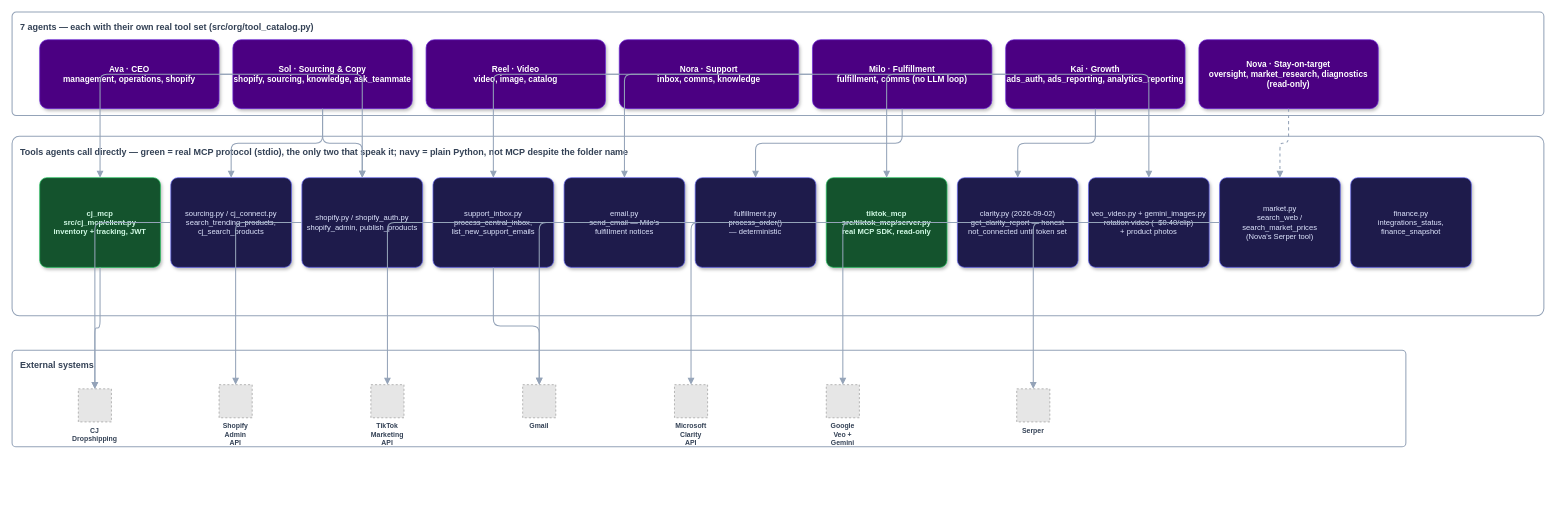
This is platform-app/public/mcp-architecture.drawio from ItzikSdev/alpha-shoop, a draw.io file, before an edit. Source tidied: cells renumbered, new cells numbered last; positions are measured from the earlier drawing's top-left corner, leaving out a move shared by most shapes. Both pictures are drawn from the tidied source at 69%, with x=0, y=0 at pixel (12, 12). Pictures stored in the file or linked from it are replaced by grey dashed boxes.
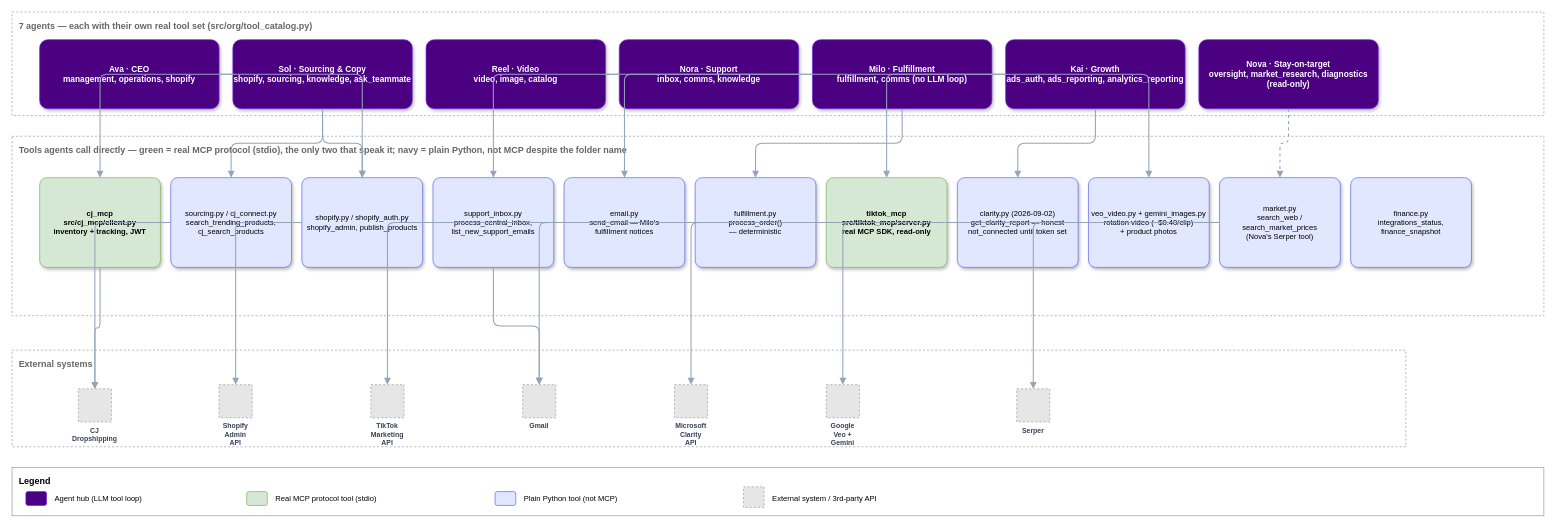
Above is the later version.

What changed in the source:
```diff
@@
-    <mxCell id="2" value="7 agents — each with their own real tool set (src/org/tool_catalog.py)" style="rounded=1;whiteSpace=wrap;html=1;fillColor=none;strokeColor=#94a3b8;strokeWidth=1.5;verticalAlign=top;align=left;spacingLeft=10;spacingTop=8;fontSize=13;fontStyle=1;fontColor=#334155;arcSize=4;" parent="1" vertex="1">
+    <mxCell id="2" value="7 agents — each with their own real tool set (src/org/tool_catalog.py)" style="rounded=0;whiteSpace=wrap;html=1;fillColor=none;strokeColor=#999999;dashed=1;verticalAlign=top;align=left;spacingLeft=8;spacingTop=6;fontSize=13;fontStyle=1;fontColor=#666666;" parent="1" vertex="1">
       <mxGeometry width="2220" height="150" as="geometry" />
     </mxCell>
-    <mxCell id="3" value="Tools agents call directly — green = real MCP protocol (stdio), the only two that speak it; navy = plain Python, not MCP despite the folder name" style="rounded=1;whiteSpace=wrap;html=1;fillColor=none;strokeColor=#94a3b8;strokeWidth=1.5;verticalAlign=top;align=left;spacingLeft=10;spacingTop=8;fontSize=13;fontStyle=1;fontColor=#334155;arcSize=4;" parent="1" vertex="1">
+    <mxCell id="3" value="Tools agents call directly — green = real MCP protocol (stdio), the only two that speak it; navy = plain Python, not MCP despite the folder name" style="rounded=0;whiteSpace=wrap;html=1;fillColor=none;strokeColor=#999999;dashed=1;verticalAlign=top;align=left;spacingLeft=8;spacingTop=6;fontSize=13;fontStyle=1;fontColor=#666666;" parent="1" vertex="1">
       <mxGeometry y="180" width="2220" height="260" as="geometry" />
     </mxCell>
-    <mxCell id="4" value="External systems" style="rounded=1;whiteSpace=wrap;html=1;fillColor=none;strokeColor=#94a3b8;strokeWidth=1.5;verticalAlign=top;align=left;spacingLeft=10;spacingTop=8;fontSize=13;fontStyle=1;fontColor=#334155;arcSize=4;" parent="1" vertex="1">
+    <mxCell id="4" value="External systems" style="rounded=0;whiteSpace=wrap;html=1;fillColor=none;strokeColor=#999999;dashed=1;verticalAlign=top;align=left;spacingLeft=8;spacingTop=6;fontSize=13;fontStyle=1;fontColor=#666666;" parent="1" vertex="1">
       <mxGeometry y="490" width="2020" height="140" as="geometry" />
     </mxCell>
@@
-    <mxCell id="12" value="cj_mcp&#10;src/cj_mcp/client.py&#10;inventory + tracking, JWT" style="rounded=1;whiteSpace=wrap;html=1;fillColor=#14532d;strokeColor=#22c55e;fontColor=#d1fae5;fontSize=11;fontStyle=1;arcSize=8;shadow=1;" parent="1" vertex="1">
+    <mxCell id="12" value="cj_mcp&#10;src/cj_mcp/client.py&#10;inventory + tracking, JWT" style="rounded=1;whiteSpace=wrap;html=1;fillColor=#d5e8d4;strokeColor=#82b366;fontSize=11;fontStyle=1;arcSize=8;shadow=1;" parent="1" vertex="1">
       <mxGeometry x="40" y="240" width="175" height="130" as="geometry" />
     </mxCell>
-    <mxCell id="13" value="sourcing.py / cj_connect.py&#10;search_trending_products,&#10;cj_search_products" style="rounded=1;whiteSpace=wrap;html=1;fillColor=#1e1b4b;strokeColor=#6366f1;fontColor=#e0e7ff;fontSize=11;arcSize=8;shadow=1;" parent="1" vertex="1">
+    <mxCell id="13" value="sourcing.py / cj_connect.py&#10;search_trending_products,&#10;cj_search_products" style="rounded=1;whiteSpace=wrap;html=1;fillColor=#e0e7ff;strokeColor=#6366f1;fontSize=11;arcSize=8;shadow=1;" parent="1" vertex="1">
       <mxGeometry x="230" y="240" width="175" height="130" as="geometry" />
     </mxCell>
-    <mxCell id="14" value="shopify.py / shopify_auth.py&#10;shopify_admin, publish_products" style="rounded=1;whiteSpace=wrap;html=1;fillColor=#1e1b4b;strokeColor=#6366f1;fontColor=#e0e7ff;fontSize=11;arcSize=8;shadow=1;" parent="1" vertex="1">
+    <mxCell id="14" value="shopify.py / shopify_auth.py&#10;shopify_admin, publish_products" style="rounded=1;whiteSpace=wrap;html=1;fillColor=#e0e7ff;strokeColor=#6366f1;fontSize=11;arcSize=8;shadow=1;" parent="1" vertex="1">
       <mxGeometry x="420" y="240" width="175" height="130" as="geometry" />
     </mxCell>
-    <mxCell id="15" value="support_inbox.py&#10;process_central_inbox,&#10;list_new_support_emails" style="rounded=1;whiteSpace=wrap;html=1;fillColor=#1e1b4b;strokeColor=#6366f1;fontColor=#e0e7ff;fontSize=11;arcSize=8;shadow=1;" parent="1" vertex="1">
+    <mxCell id="15" value="support_inbox.py&#10;process_central_inbox,&#10;list_new_support_emails" style="rounded=1;whiteSpace=wrap;html=1;fillColor=#e0e7ff;strokeColor=#6366f1;fontSize=11;arcSize=8;shadow=1;" parent="1" vertex="1">
       <mxGeometry x="610" y="240" width="175" height="130" as="geometry" />
     </mxCell>
-    <mxCell id="16" value="email.py&#10;send_email — Milo's&#10;fulfillment notices" style="rounded=1;whiteSpace=wrap;html=1;fillColor=#1e1b4b;strokeColor=#6366f1;fontColor=#e0e7ff;fontSize=11;arcSize=8;shadow=1;" parent="1" vertex="1">
+    <mxCell id="16" value="email.py&#10;send_email — Milo's&#10;fulfillment notices" style="rounded=1;whiteSpace=wrap;html=1;fillColor=#e0e7ff;strokeColor=#6366f1;fontSize=11;arcSize=8;shadow=1;" parent="1" vertex="1">
       <mxGeometry x="800" y="240" width="175" height="130" as="geometry" />
     </mxCell>
-    <mxCell id="17" value="fulfillment.py&#10;process_order()&#10;— deterministic" style="rounded=1;whiteSpace=wrap;html=1;fillColor=#1e1b4b;strokeColor=#6366f1;fontColor=#e0e7ff;fontSize=11;arcSize=8;shadow=1;" parent="1" vertex="1">
+    <mxCell id="17" value="fulfillment.py&#10;process_order()&#10;— deterministic" style="rounded=1;whiteSpace=wrap;html=1;fillColor=#e0e7ff;strokeColor=#6366f1;fontSize=11;arcSize=8;shadow=1;" parent="1" vertex="1">
       <mxGeometry x="990" y="240" width="175" height="130" as="geometry" />
     </mxCell>
-    <mxCell id="18" value="tiktok_mcp&#10;src/tiktok_mcp/server.py&#10;real MCP SDK, read-only" style="rounded=1;whiteSpace=wrap;html=1;fillColor=#14532d;strokeColor=#22c55e;fontColor=#d1fae5;fontSize=11;fontStyle=1;arcSize=8;shadow=1;" parent="1" vertex="1">
+    <mxCell id="18" value="tiktok_mcp&#10;src/tiktok_mcp/server.py&#10;real MCP SDK, read-only" style="rounded=1;whiteSpace=wrap;html=1;fillColor=#d5e8d4;strokeColor=#82b366;fontSize=11;fontStyle=1;arcSize=8;shadow=1;" parent="1" vertex="1">
       <mxGeometry x="1180" y="240" width="175" height="130" as="geometry" />
     </mxCell>
-    <mxCell id="19" value="clarity.py (2026-09-02)&#10;get_clarity_report — honest&#10;not_connected until token set" style="rounded=1;whiteSpace=wrap;html=1;fillColor=#1e1b4b;strokeColor=#6366f1;fontColor=#e0e7ff;fontSize=11;arcSize=8;shadow=1;" parent="1" vertex="1">
+    <mxCell id="19" value="clarity.py (2026-09-02)&#10;get_clarity_report — honest&#10;not_connected until token set" style="rounded=1;whiteSpace=wrap;html=1;fillColor=#e0e7ff;strokeColor=#6366f1;fontSize=11;arcSize=8;shadow=1;" parent="1" vertex="1">
       <mxGeometry x="1370" y="240" width="175" height="130" as="geometry" />
     </mxCell>
-    <mxCell id="20" value="veo_video.py + gemini_images.py&#10;rotation video (~$0.40/clip)&#10;+ product photos" style="rounded=1;whiteSpace=wrap;html=1;fillColor=#1e1b4b;strokeColor=#6366f1;fontColor=#e0e7ff;fontSize=11;arcSize=8;shadow=1;" parent="1" vertex="1">
+    <mxCell id="20" value="veo_video.py + gemini_images.py&#10;rotation video (~$0.40/clip)&#10;+ product photos" style="rounded=1;whiteSpace=wrap;html=1;fillColor=#e0e7ff;strokeColor=#6366f1;fontSize=11;arcSize=8;shadow=1;" parent="1" vertex="1">
       <mxGeometry x="1560" y="240" width="175" height="130" as="geometry" />
     </mxCell>
-    <mxCell id="21" value="market.py&#10;search_web / search_market_prices&#10;(Nova's Serper tool)" style="rounded=1;whiteSpace=wrap;html=1;fillColor=#1e1b4b;strokeColor=#6366f1;fontColor=#e0e7ff;fontSize=11;arcSize=8;shadow=1;" parent="1" vertex="1">
+    <mxCell id="21" value="market.py&#10;search_web / search_market_prices&#10;(Nova's Serper tool)" style="rounded=1;whiteSpace=wrap;html=1;fillColor=#e0e7ff;strokeColor=#6366f1;fontSize=11;arcSize=8;shadow=1;" parent="1" vertex="1">
       <mxGeometry x="1750" y="240" width="175" height="130" as="geometry" />
     </mxCell>
-    <mxCell id="22" value="finance.py&#10;integrations_status,&#10;finance_snapshot" style="rounded=1;whiteSpace=wrap;html=1;fillColor=#1e1b4b;strokeColor=#6366f1;fontColor=#e0e7ff;fontSize=11;arcSize=8;shadow=1;" parent="1" vertex="1">
+    <mxCell id="22" value="finance.py&#10;integrations_status,&#10;finance_snapshot" style="rounded=1;whiteSpace=wrap;html=1;fillColor=#e0e7ff;strokeColor=#6366f1;fontSize=11;arcSize=8;shadow=1;" parent="1" vertex="1">
       <mxGeometry x="1940" y="240" width="175" height="130" as="geometry" />
     </mxCell>
@@
+    <mxCell id="50" value="Legend" style="rounded=0;whiteSpace=wrap;html=1;fillColor=#ffffff;strokeColor=#999999;verticalAlign=top;align=left;spacingLeft=8;spacingTop=6;fontSize=13;fontStyle=1;" parent="1" vertex="1">
+      <mxGeometry y="660" width="2220" height="70" as="geometry" />
+    </mxCell>
+    <mxCell id="51" style="rounded=1;whiteSpace=wrap;html=1;fillColor=#4B0082;strokeColor=#6d28d9;" parent="1" vertex="1">
+      <mxGeometry x="20" y="695" width="30" height="20" as="geometry" />
+    </mxCell>
+    <mxCell id="52" value="Agent hub (LLM tool loop)" style="text;html=1;align=left;verticalAlign=middle;fontSize=11;" parent="1" vertex="1">
+      <mxGeometry x="60" y="693" width="220" height="24" as="geometry" />
+    </mxCell>
+    <mxCell id="53" style="rounded=1;whiteSpace=wrap;html=1;fillColor=#d5e8d4;strokeColor=#82b366;" parent="1" vertex="1">
+      <mxGeometry x="340" y="695" width="30" height="20" as="geometry" />
+    </mxCell>
+    <mxCell id="54" value="Real MCP protocol tool (stdio)" style="text;html=1;align=left;verticalAlign=middle;fontSize=11;" parent="1" vertex="1">
+      <mxGeometry x="380" y="693" width="240" height="24" as="geometry" />
+    </mxCell>
+    <mxCell id="55" style="rounded=1;whiteSpace=wrap;html=1;fillColor=#e0e7ff;strokeColor=#6366f1;" parent="1" vertex="1">
+      <mxGeometry x="700" y="695" width="30" height="20" as="geometry" />
+    </mxCell>
+    <mxCell id="56" value="Plain Python tool (not MCP)" style="text;html=1;align=left;verticalAlign=middle;fontSize=11;" parent="1" vertex="1">
+      <mxGeometry x="740" y="693" width="240" height="24" as="geometry" />
+    </mxCell>
+    <mxCell id="57" style="fillColor=#E6E6E6;strokeColor=#999999;dashed=1;html=1;" parent="1" vertex="1">
+      <mxGeometry x="1060" y="688" width="30" height="30" as="geometry" />
+    </mxCell>
+    <mxCell id="58" value="External system / 3rd-party API" style="text;html=1;align=left;verticalAlign=middle;fontSize=11;" parent="1" vertex="1">
+      <mxGeometry x="1100" y="693" width="260" height="24" as="geometry" />
+    </mxCell>
```
